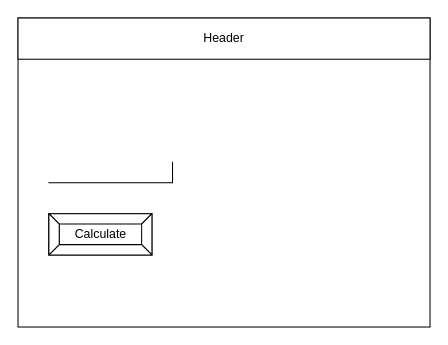
Earlier version of the draw.io diagram design/story-board.drawio (Timothy-Manwell/ICS2O-Unit5-02). Source tidied: cells renumbered, new cells numbered last; positions are measured from the earlier drawing's top-left corner, leaving out a move shared by most shapes. Both pictures are drawn from the tidied source at 103%, with x=0, y=0 at pixel (18, 18).
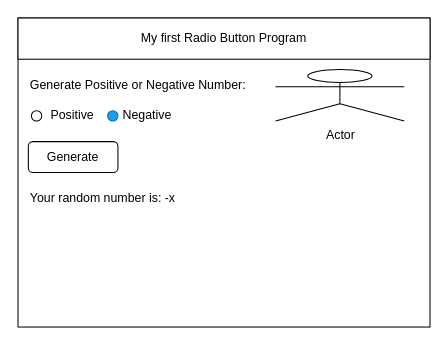
The same page after the edit.

The edit, as a diff of the source:
```diff
@@
 <mxGraphModel>
   <root>
     <mxCell id="0" />
     <mxCell id="1" parent="0" />
     <mxCell id="2" style="rounded=0;whiteSpace=wrap;html=1;" parent="1" vertex="1">
       <mxGeometry width="400" height="300" as="geometry" />
     </mxCell>
-    <mxCell id="3" value="Header" style="rounded=0;whiteSpace=wrap;html=1;" parent="1" vertex="1">
+    <mxCell id="3" value="My first Radio Button Program" style="rounded=0;whiteSpace=wrap;html=1;" parent="1" vertex="1">
       <mxGeometry width="400" height="40" as="geometry" />
     </mxCell>
-    <mxCell id="4" style="shape=partialRectangle;whiteSpace=wrap;html=1;top=0;left=0;fillColor=none;" parent="1" vertex="1">
-      <mxGeometry x="30" y="140" width="120" height="20" as="geometry" />
-    </mxCell>
-    <mxCell id="5" value="Calculate" style="labelPosition=center;verticalLabelPosition=middle;align=center;html=1;shape=mxgraph.basic.button;dx=10;" parent="1" vertex="1">
-      <mxGeometry x="30" y="190" width="100" height="40" as="geometry" />
-    </mxCell>
+    <mxCell id="6" style="ellipse;whiteSpace=wrap;html=1;" parent="1" vertex="1">
+      <mxGeometry x="13" y="90" width="10" height="10" as="geometry" />
+    </mxCell>
+    <mxCell id="7" value="Generate Positive or Negative Number:" style="text;html=1;strokeColor=none;fillColor=none;align=left;verticalAlign=middle;whiteSpace=wrap;rounded=0;" parent="1" vertex="1">
+      <mxGeometry x="10" y="50" width="270" height="30" as="geometry" />
+    </mxCell>
+    <mxCell id="8" value="Positive" style="text;html=1;strokeColor=none;fillColor=none;align=left;verticalAlign=middle;whiteSpace=wrap;rounded=0;" parent="1" vertex="1">
+      <mxGeometry x="30" y="80" width="60" height="30" as="geometry" />
+    </mxCell>
+    <mxCell id="9" style="ellipse;whiteSpace=wrap;html=1;fillColor=#1ba1e2;fontColor=#ffffff;strokeColor=#006EAF;" parent="1" vertex="1">
+      <mxGeometry x="87" y="90" width="10" height="10" as="geometry" />
+    </mxCell>
+    <mxCell id="10" value="Negative" style="text;html=1;strokeColor=none;fillColor=none;align=left;verticalAlign=middle;whiteSpace=wrap;rounded=0;" parent="1" vertex="1">
+      <mxGeometry x="100" y="80" width="60" height="30" as="geometry" />
+    </mxCell>
+    <mxCell id="11" value="Your random number is: -x" style="text;html=1;strokeColor=none;fillColor=none;align=left;verticalAlign=middle;whiteSpace=wrap;rounded=0;" parent="1" vertex="1">
+      <mxGeometry x="10" y="160" width="200" height="30" as="geometry" />
+    </mxCell>
+    <mxCell id="12" value="Actor" style="shape=umlActor;verticalLabelPosition=bottom;verticalAlign=top;html=1;" parent="1" vertex="1">
+      <mxGeometry x="250" y="50" width="125" height="50" as="geometry" />
+    </mxCell>
+    <mxCell id="13" value="Generate" style="rounded=1;whiteSpace=wrap;html=1;" parent="1" vertex="1">
+      <mxGeometry x="10" y="120" width="87" height="30" as="geometry" />
+    </mxCell>
   </root>
 </mxGraphModel>
```
